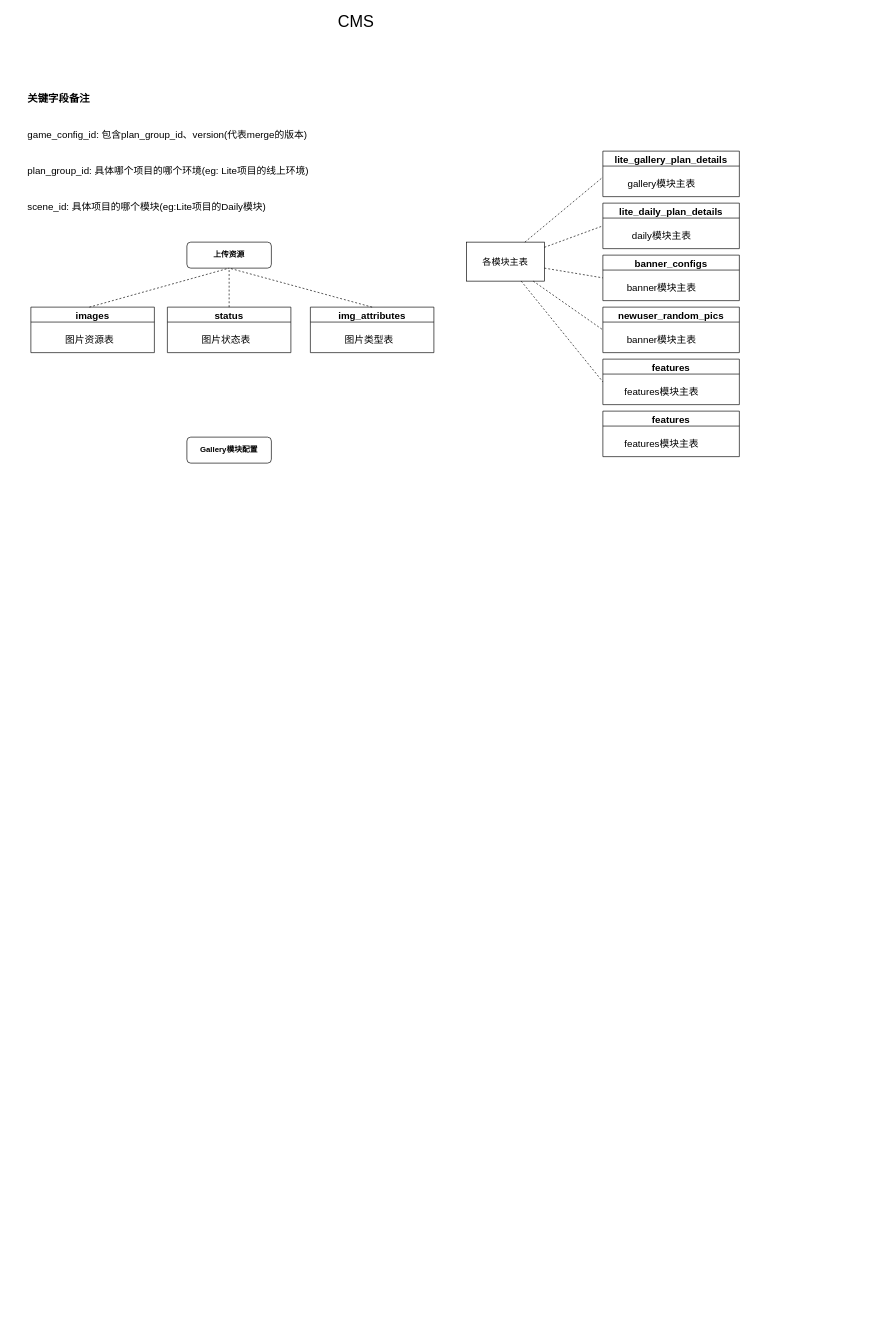
Earlier version of the draw.io diagram cms-chart.drawio (zhoushiyurop/work-dd). Source tidied: cells renumbered, new cells numbered last; positions are measured from the earlier drawing's top-left corner, leaving out a move shared by most shapes. Both pictures are drawn from the tidied source at 65%, with x=0, y=0 at pixel (24, 14).
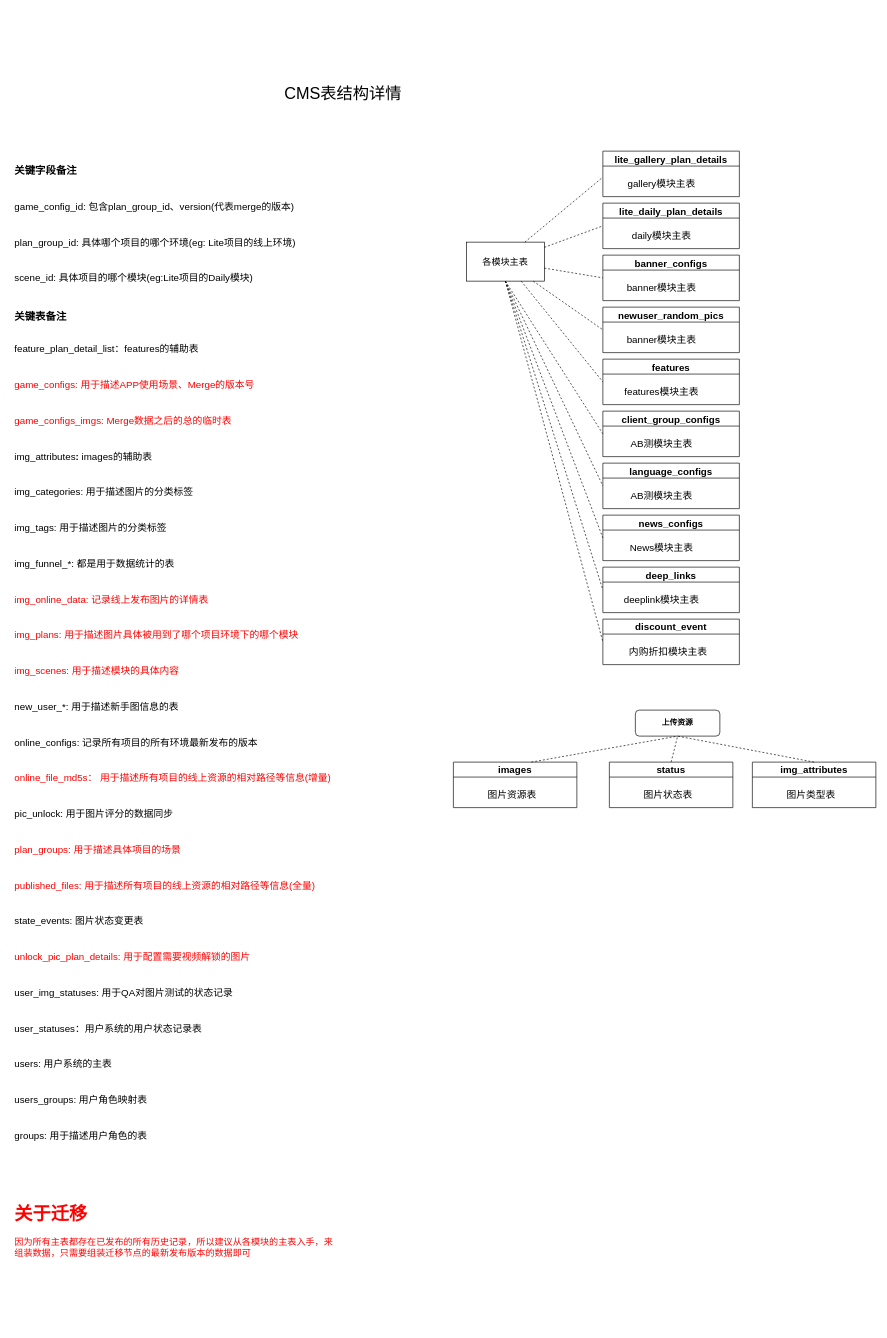
Above is the later version.

The change refers to these unchanged cells:
```xml
<mxCell id="15" value="各模块主表" style="rounded=0;whiteSpace=wrap;html=1;fontSize=14;" parent="1" vertex="1">
  <mxGeometry x="680" y="350" width="120" height="60" as="geometry" />
</mxCell>
```

Diff of the diagram source:
```diff
@@
     <mxCell id="2" value="&lt;b&gt;上传资源&lt;/b&gt;" style="rounded=1;whiteSpace=wrap;html=1;fontSize=12;glass=0;strokeWidth=1;shadow=0;" parent="1" vertex="1">
-      <mxGeometry x="250" y="350" width="130" height="40" as="geometry" />
+      <mxGeometry x="940" y="1070" width="130" height="40" as="geometry" />
     </mxCell>
-    <mxCell id="3" value="&lt;font style=&quot;font-size: 25px;&quot;&gt;CMS&lt;/font&gt;" style="text;html=1;align=center;verticalAlign=middle;strokeColor=none;fillColor=none;" parent="1" vertex="1">
-      <mxGeometry x="475" width="70" height="20" as="geometry" />
+    <mxCell id="3" value="&lt;font style=&quot;font-size: 25px;&quot;&gt;CMS表结构详情&lt;/font&gt;" style="text;html=1;align=center;verticalAlign=middle;strokeColor=none;fillColor=none;" parent="1" vertex="1">
+      <mxGeometry x="390" y="110" width="200" height="20" as="geometry" />
     </mxCell>
     <mxCell id="4" value="&lt;h1 style=&quot;font-size: 28px;&quot;&gt;&lt;font style=&quot;font-size: 16px;&quot;&gt;关键字段备注&lt;/font&gt;&lt;/h1&gt;&lt;p style=&quot;&quot;&gt;&lt;font style=&quot;&quot;&gt;&lt;span style=&quot;font-size: 15px;&quot;&gt;game_config_id: 包含plan_group_id、version(代表merge的版本)&lt;/span&gt;&lt;br&gt;&lt;/font&gt;&lt;/p&gt;&lt;p style=&quot;&quot;&gt;&lt;font style=&quot;font-size: 15px;&quot;&gt;plan_group_id: 具体哪个项目的哪个环境(eg: Lite项目的线上环境)&lt;/font&gt;&lt;/p&gt;&lt;p style=&quot;&quot;&gt;&lt;font style=&quot;&quot;&gt;&lt;span style=&quot;font-size: 15px;&quot;&gt;scene_id: 具体项目的哪个模块(eg:Lite项目的Daily模块)&lt;/span&gt;&lt;br&gt;&lt;/font&gt;&lt;/p&gt;&lt;p style=&quot;&quot;&gt;&lt;font style=&quot;font-size: 15px;&quot;&gt;&lt;br&gt;&lt;/font&gt;&lt;/p&gt;" style="text;html=1;strokeColor=none;fillColor=none;spacing=5;spacingTop=-20;whiteSpace=wrap;overflow=hidden;rounded=0;fontSize=25;" parent="1" vertex="1">
-      <mxGeometry y="100" width="450" height="230" as="geometry" />
+      <mxGeometry x="-20" y="210" width="450" height="230" as="geometry" />
     </mxCell>
     <mxCell id="5" value="images" style="swimlane;fontSize=15;" parent="1" vertex="1">
-      <mxGeometry x="10" y="450" width="190" height="70" as="geometry" />
+      <mxGeometry x="660" y="1150" width="190" height="70" as="geometry" />
     </mxCell>
@@
     <mxCell id="7" value="status" style="swimlane;fontSize=15;" parent="1" vertex="1">
-      <mxGeometry x="220" y="450" width="190" height="70" as="geometry" />
+      <mxGeometry x="900" y="1150" width="190" height="70" as="geometry" />
     </mxCell>
@@
     <mxCell id="9" value="img_attributes" style="swimlane;fontSize=15;" parent="1" vertex="1">
-      <mxGeometry x="440" y="450" width="190" height="70" as="geometry" />
+      <mxGeometry x="1120" y="1150" width="190" height="70" as="geometry" />
     </mxCell>
@@
     <mxCell id="11" style="endArrow=none;dashed=1;html=1;rounded=0;fontSize=15;entryX=0.5;entryY=1;entryDx=0;entryDy=0;" parent="1" edge="1" target="2">
       <mxGeometry relative="1" as="geometry">
-        <mxPoint x="100" y="450" as="sourcePoint" />
+        <mxPoint x="780" y="1150" as="sourcePoint" />
       </mxGeometry>
     </mxCell>
@@
-    <mxCell id="14" value="&lt;b&gt;Gallery模块配置&lt;/b&gt;" style="rounded=1;whiteSpace=wrap;html=1;fontSize=12;glass=0;strokeWidth=1;shadow=0;" parent="1" vertex="1">
-      <mxGeometry x="250" y="650" width="130" height="40" as="geometry" />
-    </mxCell>
@@
-    <mxCell id="31" value="features" style="swimlane;fontSize=15;" parent="1" vertex="1">
+    <mxCell id="31" value="client_group_configs" style="swimlane;fontSize=15;" parent="1" vertex="1">
       <mxGeometry x="890" y="610" width="210" height="70" as="geometry" />
     </mxCell>
-    <mxCell id="32" value="&lt;span style=&quot;text-align: left;&quot;&gt;features&lt;/span&gt;模块主表" style="text;html=1;align=center;verticalAlign=middle;strokeColor=none;fillColor=none;fontSize=15;" parent="31" vertex="1">
-      <mxGeometry x="25" y="40" width="130" height="20" as="geometry" />
+    <mxCell id="32" value="&lt;div style=&quot;text-align: left;&quot;&gt;&lt;span style=&quot;background-color: initial;&quot;&gt;AB测模块主表&lt;/span&gt;&lt;/div&gt;" style="text;html=1;align=center;verticalAlign=middle;strokeColor=none;fillColor=none;fontSize=15;" parent="31" vertex="1">
+      <mxGeometry x="35" y="40" width="110" height="20" as="geometry" />
     </mxCell>
+    <mxCell id="33" style="endArrow=none;dashed=1;html=1;rounded=0;fontSize=14;entryX=0;entryY=0.5;entryDx=0;entryDy=0;exitX=0.5;exitY=1;exitDx=0;exitDy=0;" parent="1" edge="1" source="15" target="31">
+      <mxGeometry relative="1" as="geometry" />
+    </mxCell>
+    <mxCell id="34" value="language_configs" style="swimlane;fontSize=15;" parent="1" vertex="1">
+      <mxGeometry x="890" y="690" width="210" height="70" as="geometry" />
+    </mxCell>
+    <mxCell id="35" value="&lt;div style=&quot;text-align: left;&quot;&gt;&lt;span style=&quot;background-color: initial;&quot;&gt;AB测模块主表&lt;/span&gt;&lt;/div&gt;" style="text;html=1;align=center;verticalAlign=middle;strokeColor=none;fillColor=none;fontSize=15;" parent="34" vertex="1">
+      <mxGeometry x="35" y="40" width="110" height="20" as="geometry" />
+    </mxCell>
+    <mxCell id="36" style="endArrow=none;dashed=1;html=1;rounded=0;fontSize=14;entryX=0;entryY=0.5;entryDx=0;entryDy=0;exitX=0.5;exitY=1;exitDx=0;exitDy=0;" parent="1" edge="1" source="15" target="34">
+      <mxGeometry relative="1" as="geometry" />
+    </mxCell>
+    <mxCell id="37" value="news_configs" style="swimlane;fontSize=15;" parent="1" vertex="1">
+      <mxGeometry x="890" y="770" width="210" height="70" as="geometry" />
+    </mxCell>
+    <mxCell id="38" value="&lt;div style=&quot;text-align: left;&quot;&gt;&lt;span style=&quot;background-color: initial;&quot;&gt;News模块主表&lt;/span&gt;&lt;/div&gt;" style="text;html=1;align=center;verticalAlign=middle;strokeColor=none;fillColor=none;fontSize=15;" parent="37" vertex="1">
+      <mxGeometry x="35" y="40" width="110" height="20" as="geometry" />
+    </mxCell>
+    <mxCell id="39" style="endArrow=none;dashed=1;html=1;rounded=0;fontSize=14;entryX=0;entryY=0.5;entryDx=0;entryDy=0;exitX=0.5;exitY=1;exitDx=0;exitDy=0;" parent="1" edge="1" source="15" target="37">
+      <mxGeometry relative="1" as="geometry" />
+    </mxCell>
+    <mxCell id="40" value="deep_links" style="swimlane;fontSize=15;" parent="1" vertex="1">
+      <mxGeometry x="890" y="850" width="210" height="70" as="geometry" />
+    </mxCell>
+    <mxCell id="41" value="&lt;div style=&quot;text-align: left;&quot;&gt;&lt;span style=&quot;background-color: initial;&quot;&gt;deeplink模块主表&lt;/span&gt;&lt;/div&gt;" style="text;html=1;align=center;verticalAlign=middle;strokeColor=none;fillColor=none;fontSize=15;" parent="40" vertex="1">
+      <mxGeometry x="25" y="40" width="130" height="20" as="geometry" />
+    </mxCell>
+    <mxCell id="42" style="endArrow=none;dashed=1;html=1;rounded=0;fontSize=14;entryX=0;entryY=0.5;entryDx=0;entryDy=0;" parent="1" edge="1" target="40">
+      <mxGeometry relative="1" as="geometry">
+        <mxPoint x="740" y="410" as="sourcePoint" />
+      </mxGeometry>
+    </mxCell>
+    <mxCell id="43" value="discount_event" style="swimlane;fontSize=15;" parent="1" vertex="1">
+      <mxGeometry x="890" y="930" width="210" height="70" as="geometry" />
+    </mxCell>
+    <mxCell id="44" value="&lt;div style=&quot;text-align: left;&quot;&gt;&lt;br&gt;&lt;/div&gt;&lt;div style=&quot;text-align: left;&quot;&gt;&lt;span style=&quot;background-color: initial;&quot;&gt;内购折扣模块主表&lt;/span&gt;&lt;/div&gt;" style="text;html=1;align=center;verticalAlign=middle;strokeColor=none;fillColor=none;fontSize=15;" parent="43" vertex="1">
+      <mxGeometry x="30" y="20" width="140" height="40" as="geometry" />
+    </mxCell>
+    <mxCell id="45" style="endArrow=none;dashed=1;html=1;rounded=0;fontSize=14;entryX=0;entryY=0.5;entryDx=0;entryDy=0;exitX=0.5;exitY=1;exitDx=0;exitDy=0;" parent="1" edge="1" source="15" target="43">
+      <mxGeometry relative="1" as="geometry" />
+    </mxCell>
+    <mxCell id="46" value="&lt;h1 style=&quot;font-size: 28px;&quot;&gt;&lt;font style=&quot;font-size: 16px;&quot;&gt;关键表备注&lt;/font&gt;&lt;/h1&gt;&lt;span style=&quot;font-size: 15px;&quot;&gt;feature_plan_detail_list：features的辅助表&lt;br&gt;&lt;/span&gt;&lt;p style=&quot;&quot;&gt;&lt;font color=&quot;#ff0000&quot; style=&quot;font-size: 15px;&quot;&gt;game_configs: 用于描述APP使用场景、Merge的版本号&lt;/font&gt;&lt;/p&gt;&lt;p style=&quot;&quot;&gt;&lt;font color=&quot;#ff0000&quot; style=&quot;font-size: 15px;&quot;&gt;game_configs_imgs: Merge数据之后的总的临时表&lt;/font&gt;&lt;/p&gt;&lt;p style=&quot;&quot;&gt;&lt;font style=&quot;font-size: 15px;&quot;&gt;&lt;span style=&quot;text-align: center;&quot;&gt;img_attributes&lt;/span&gt;&lt;span style=&quot;font-weight: 700; text-align: center;&quot;&gt;: &lt;/span&gt;&lt;span style=&quot;text-align: center;&quot;&gt;images的辅助表&lt;/span&gt;&lt;br&gt;&lt;/font&gt;&lt;/p&gt;&lt;p style=&quot;&quot;&gt;&lt;font style=&quot;&quot;&gt;&lt;span style=&quot;text-align: center;&quot;&gt;&lt;span style=&quot;font-size: 15px;&quot;&gt;img_categories: 用于描述图片的分类标签&lt;/span&gt;&lt;br&gt;&lt;/span&gt;&lt;/font&gt;&lt;/p&gt;&lt;p style=&quot;&quot;&gt;&lt;font style=&quot;&quot;&gt;&lt;span style=&quot;font-size: 15px; text-align: center;&quot;&gt;img_tags: 用于描述图片的分类标签&lt;/span&gt;&lt;span style=&quot;text-align: center;&quot;&gt;&lt;span style=&quot;font-size: 15px;&quot;&gt;&lt;br&gt;&lt;/span&gt;&lt;/span&gt;&lt;/font&gt;&lt;/p&gt;&lt;p style=&quot;&quot;&gt;&lt;font style=&quot;font-size: 15px;&quot;&gt;img_funnel_*: 都是用于数据统计的表&lt;/font&gt;&lt;/p&gt;&lt;p style=&quot;&quot;&gt;&lt;font style=&quot;&quot;&gt;&lt;span style=&quot;font-size: 15px;&quot;&gt;&lt;font color=&quot;#ff0000&quot;&gt;img_online_data: 记录线上发布图片的详情表&lt;/font&gt;&lt;/span&gt;&lt;br&gt;&lt;/font&gt;&lt;/p&gt;&lt;p style=&quot;&quot;&gt;&lt;font style=&quot;&quot;&gt;&lt;span style=&quot;font-size: 15px;&quot;&gt;&lt;font color=&quot;#ff0000&quot;&gt;img_plans: 用于描述图片具体被用到了哪个项目环境下的哪个模块&lt;/font&gt;&lt;/span&gt;&lt;br&gt;&lt;/font&gt;&lt;/p&gt;&lt;p style=&quot;&quot;&gt;&lt;font color=&quot;#ff0000&quot; style=&quot;&quot;&gt;&lt;span style=&quot;font-size: 15px;&quot;&gt;img_scenes: 用于描述模块的具体内容&lt;/span&gt;&lt;br&gt;&lt;/font&gt;&lt;/p&gt;&lt;p style=&quot;&quot;&gt;&lt;font style=&quot;&quot;&gt;&lt;span style=&quot;font-size: 15px;&quot;&gt;new_user_*: 用于描述新手图信息的表&lt;/span&gt;&lt;/font&gt;&lt;/p&gt;&lt;p style=&quot;&quot;&gt;&lt;font style=&quot;&quot;&gt;&lt;span style=&quot;font-size: 15px;&quot;&gt;online_configs: 记录所有项目的所有环境最新发布的版本&lt;/span&gt;&lt;br&gt;&lt;/font&gt;&lt;/p&gt;&lt;p style=&quot;&quot;&gt;&lt;font style=&quot;&quot;&gt;&lt;span style=&quot;font-size: 15px;&quot;&gt;&lt;font color=&quot;#ff0000&quot;&gt;online_file_md5s： 用于描述所有项目的线上资源的相对路径等信息(增量)&lt;/font&gt;&lt;/span&gt;&lt;br&gt;&lt;/font&gt;&lt;/p&gt;&lt;p style=&quot;&quot;&gt;&lt;font style=&quot;&quot;&gt;&lt;span style=&quot;font-size: 15px;&quot;&gt;pic_unlock: 用于图片评分的数据同步&lt;/span&gt;&lt;br&gt;&lt;/font&gt;&lt;/p&gt;&lt;p style=&quot;&quot;&gt;&lt;font style=&quot;&quot;&gt;&lt;span style=&quot;font-size: 15px;&quot;&gt;&lt;font color=&quot;#ff0000&quot;&gt;plan_groups: 用于描述具体项目的场景&lt;/font&gt;&lt;/span&gt;&lt;br&gt;&lt;/font&gt;&lt;/p&gt;&lt;p style=&quot;&quot;&gt;&lt;font style=&quot;&quot;&gt;&lt;span style=&quot;font-size: 15px;&quot;&gt;&lt;font color=&quot;#ff0000&quot;&gt;published_files: 用于描述所有项目的线上资源的相对路径等信息(全量)&lt;/font&gt;&lt;/span&gt;&lt;br&gt;&lt;/font&gt;&lt;/p&gt;&lt;p style=&quot;&quot;&gt;&lt;font style=&quot;&quot;&gt;&lt;span style=&quot;font-size: 15px;&quot;&gt;state_events: 图片状态变更表&lt;/span&gt;&lt;br&gt;&lt;/font&gt;&lt;/p&gt;&lt;p style=&quot;&quot;&gt;&lt;font style=&quot;&quot;&gt;&lt;span style=&quot;font-size: 15px;&quot;&gt;&lt;font color=&quot;#ff0000&quot;&gt;unlock_pic_plan_details: 用于配置需要视频解锁的图片&lt;/font&gt;&lt;/span&gt;&lt;br&gt;&lt;/font&gt;&lt;/p&gt;&lt;p style=&quot;&quot;&gt;&lt;font style=&quot;&quot;&gt;&lt;span style=&quot;font-size: 15px;&quot;&gt;user_img_statuses: 用于QA对图片测试的状态记录&lt;/span&gt;&lt;br&gt;&lt;/font&gt;&lt;/p&gt;&lt;p style=&quot;&quot;&gt;&lt;font style=&quot;&quot;&gt;&lt;span style=&quot;font-size: 15px;&quot;&gt;user_statuses：用户系统的用户状态记录表&lt;/span&gt;&lt;br&gt;&lt;/font&gt;&lt;/p&gt;&lt;p style=&quot;&quot;&gt;&lt;font style=&quot;&quot;&gt;&lt;span style=&quot;font-size: 15px;&quot;&gt;users: 用户系统的主表&lt;/span&gt;&lt;br&gt;&lt;/font&gt;&lt;/p&gt;&lt;p style=&quot;&quot;&gt;&lt;font style=&quot;&quot;&gt;&lt;span style=&quot;font-size: 15px;&quot;&gt;users_groups: 用户角色映射表&lt;/span&gt;&lt;br&gt;&lt;/font&gt;&lt;/p&gt;&lt;p style=&quot;&quot;&gt;&lt;font style=&quot;&quot;&gt;&lt;span style=&quot;font-size: 15px;&quot;&gt;groups: 用于描述用户角色的表&lt;/span&gt;&lt;span style=&quot;font-size: 15px;&quot;&gt;&lt;br&gt;&lt;/span&gt;&lt;/font&gt;&lt;/p&gt;" style="text;html=1;strokeColor=none;fillColor=none;spacing=5;spacingTop=-20;whiteSpace=wrap;overflow=hidden;rounded=0;fontSize=25;" parent="1" vertex="1">
+      <mxGeometry x="-20" y="435" width="570" height="1335" as="geometry" />
+    </mxCell>
+    <mxCell id="47" value="&lt;h1&gt;关于迁移&lt;/h1&gt;&lt;p&gt;因为所有主表都存在已发布的所有历史记录，所以建议从各模块的主表入手，来组装数据，只需要组装迁移节点的最新发布版本的数据即可&lt;/p&gt;" style="text;html=1;strokeColor=none;fillColor=none;spacing=5;spacingTop=-20;whiteSpace=wrap;overflow=hidden;rounded=0;fontSize=14;fontColor=#FF0000;" parent="1" vertex="1">
+      <mxGeometry x="-20" y="1820" width="500" height="200" as="geometry" />
+    </mxCell>
```
